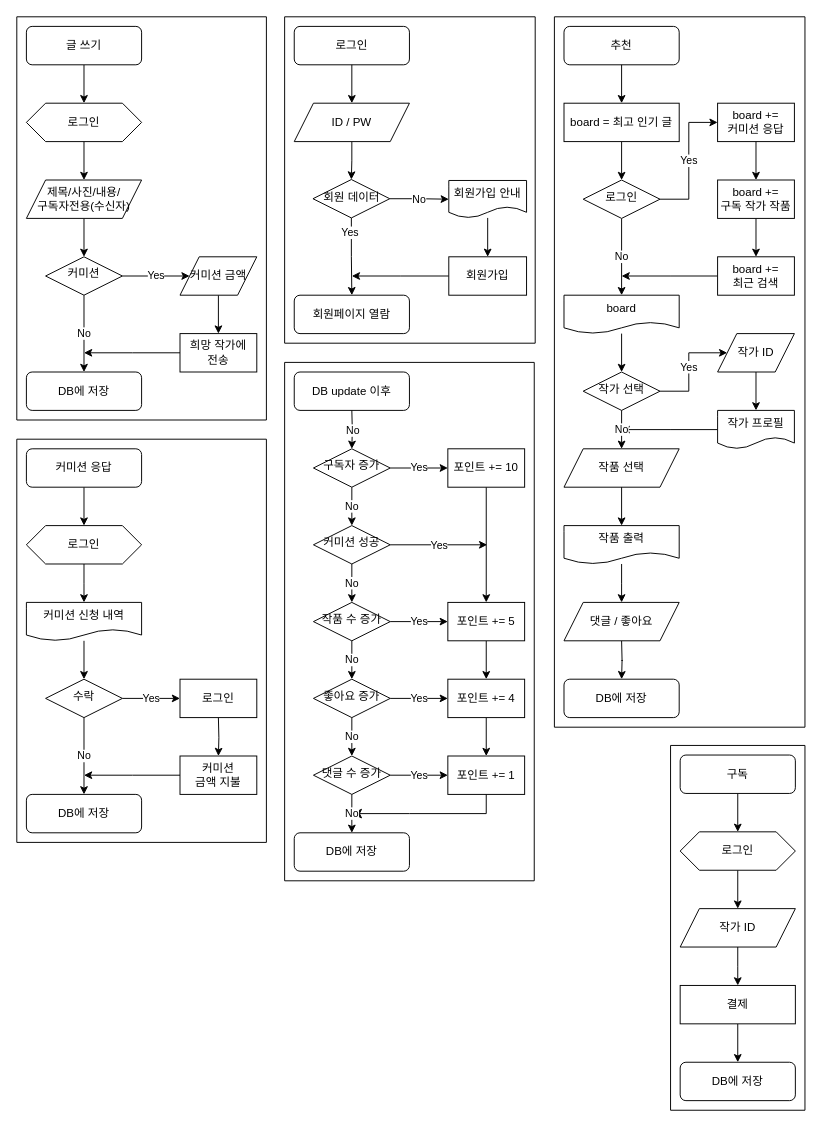
Above: draw/flowchart.drawio in dnjsrl132/barogrim (draw.io), before the change. Source tidied: cells renumbered, new cells numbered last; positions are measured from the earlier drawing's top-left corner, leaving out a move shared by most shapes. Both pictures are drawn from the tidied source at 96%, with x=0, y=0 at pixel (16, 16).
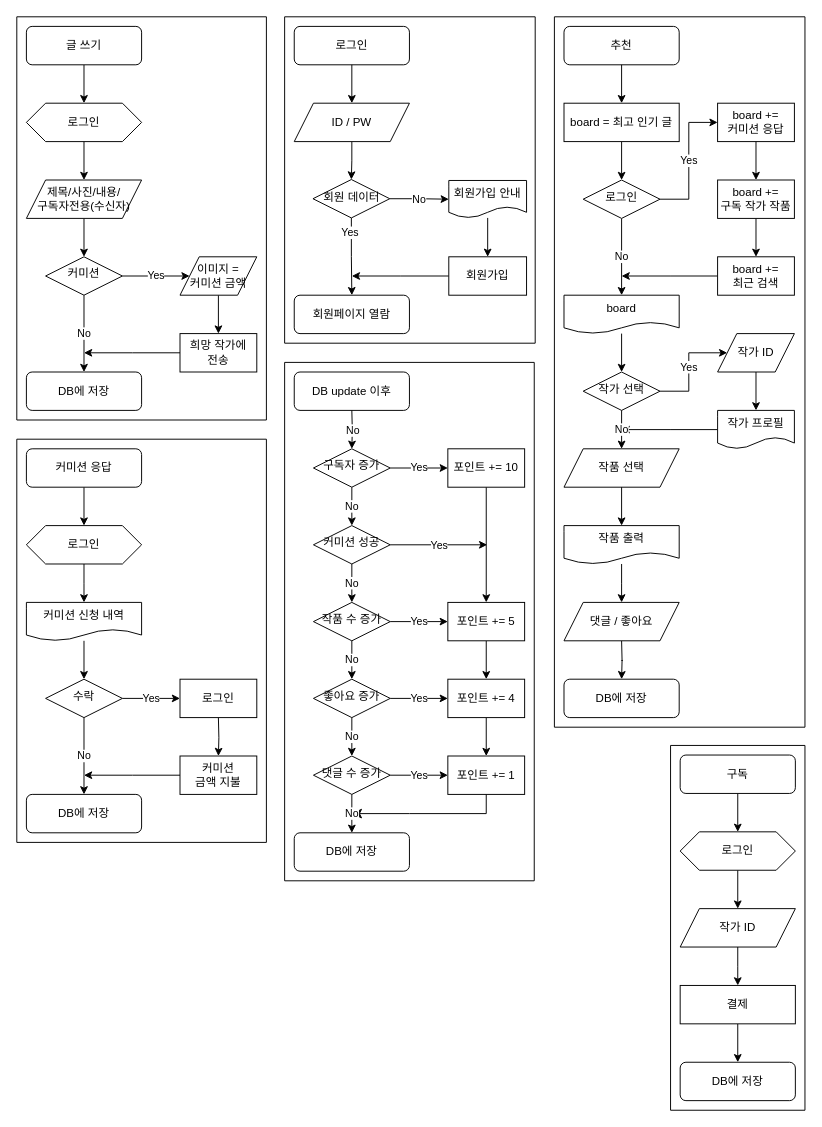
After the change.

Diff of the diagram source:
```diff
@@
-    <mxCell id="26" value="커미션 금액" style="shape=parallelogram;perimeter=parallelogramPerimeter;whiteSpace=wrap;html=1;fixedSize=1;" parent="1" vertex="1">
+    <mxCell id="26" value="이미지 = &lt;br&gt;커미션 금액" style="shape=parallelogram;perimeter=parallelogramPerimeter;whiteSpace=wrap;html=1;fixedSize=1;" parent="1" vertex="1">
       <mxGeometry x="170" y="250" width="80" height="40" as="geometry" />
     </mxCell>
```
